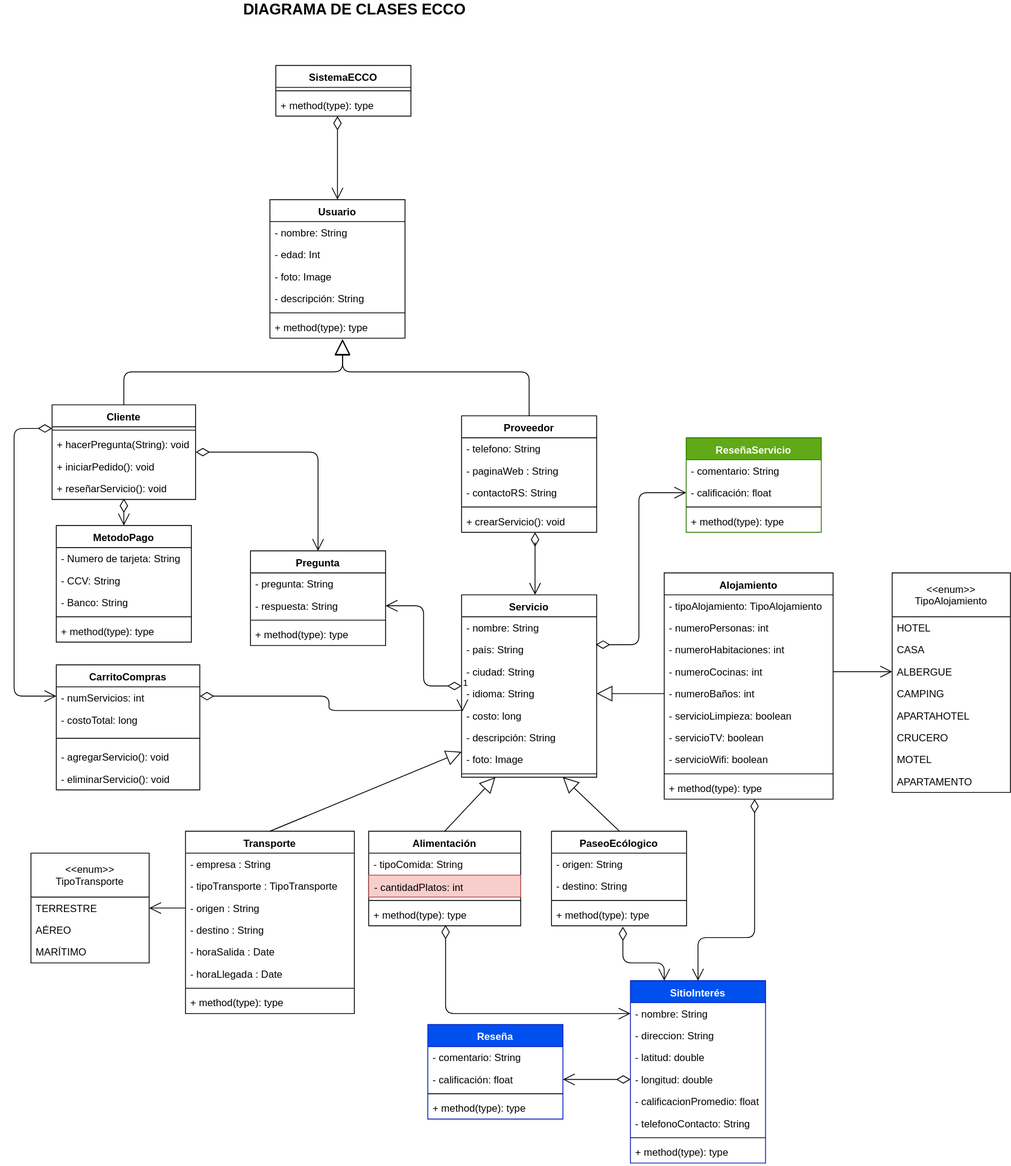
Above: Documentación/Diagrama de clases.svg in webservices1930/ECCO (draw.io), before the change. Source tidied: cells renumbered, new cells last; positions are measured from the earlier drawing's top-left corner, leaving out a move shared by most shapes.
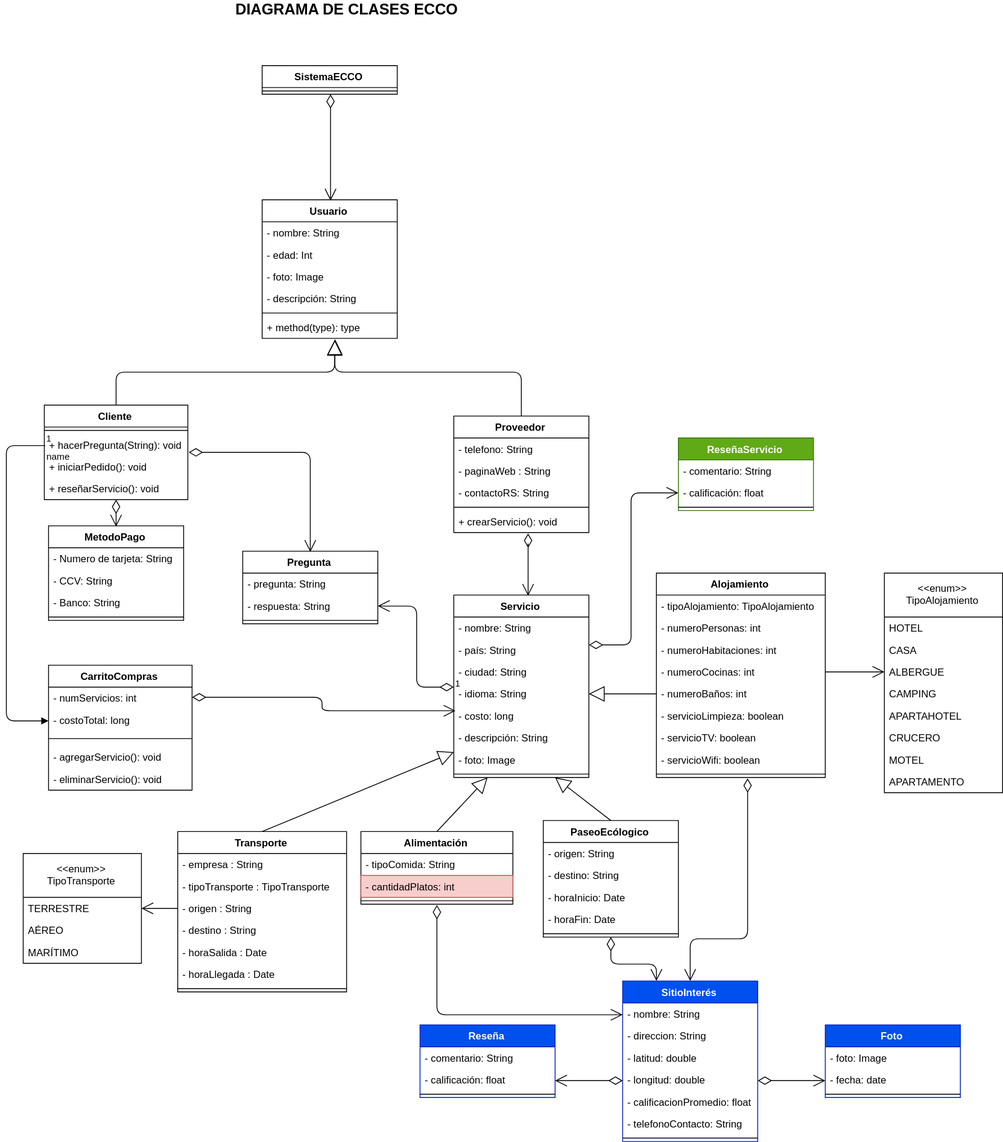
Above is the later version.

Commit message:
Fotos agregadas al diagrama de clases

The edit, as a diff of the source:
```diff
@@ -71,3 +71,3 @@
     <mxCell id="24" value="MetodoPago" style="swimlane;fontStyle=1;align=center;verticalAlign=top;horizontal=1;startSize=26;" parent="1" vertex="1">
-      <mxGeometry x="50" y="622" width="160" height="138" as="geometry" />
+      <mxGeometry x="50" y="622" width="160" height="112" as="geometry" />
     </mxCell>
@@ -85,7 +85,4 @@
     </mxCell>
-    <mxCell id="29" value="+ method(type): type" style="text;strokeColor=none;fillColor=none;align=left;verticalAlign=top;spacingLeft=4;spacingRight=4;overflow=hidden;" parent="24" vertex="1">
-      <mxGeometry y="112" width="160" height="26" as="geometry" />
-    </mxCell>
     <mxCell id="30" value="Transporte" style="swimlane;fontStyle=1;align=center;verticalAlign=top;horizontal=1;startSize=26;" parent="1" vertex="1">
-      <mxGeometry x="203" y="984" width="200" height="216" as="geometry" />
+      <mxGeometry x="203" y="984" width="200" height="190" as="geometry" />
     </mxCell>
@@ -112,7 +109,4 @@
     </mxCell>
-    <mxCell id="38" value="+ method(type): type" style="text;strokeColor=none;fillColor=none;align=left;verticalAlign=top;spacingLeft=4;spacingRight=4;overflow=hidden;" parent="30" vertex="1">
-      <mxGeometry y="190" width="200" height="26" as="geometry" />
-    </mxCell>
     <mxCell id="39" value="Alojamiento" style="swimlane;fontStyle=1;align=center;verticalAlign=top;horizontal=1;startSize=26;" parent="1" vertex="1">
-      <mxGeometry x="770" y="678" width="200" height="268" as="geometry" />
+      <mxGeometry x="770" y="678" width="200" height="242" as="geometry" />
     </mxCell>
@@ -145,7 +139,4 @@
     </mxCell>
-    <mxCell id="49" value="+ method(type): type" style="text;strokeColor=none;fillColor=none;align=left;verticalAlign=top;spacingLeft=4;spacingRight=4;overflow=hidden;points=[[0,0.5],[1,0.5]];portConstraint=eastwest;" parent="39" vertex="1">
-      <mxGeometry y="242" width="200" height="26" as="geometry" />
-    </mxCell>
     <mxCell id="50" value="Alimentación" style="swimlane;fontStyle=1;align=center;verticalAlign=top;horizontal=1;startSize=26;" parent="1" vertex="1">
-      <mxGeometry x="420" y="984" width="180" height="112" as="geometry" />
+      <mxGeometry x="420" y="984" width="180" height="86" as="geometry" />
     </mxCell>
@@ -160,7 +151,4 @@
     </mxCell>
-    <mxCell id="54" value="+ method(type): type" style="text;strokeColor=none;fillColor=none;align=left;verticalAlign=top;spacingLeft=4;spacingRight=4;overflow=hidden;points=[[0,0.5],[1,0.5]];portConstraint=eastwest;" parent="50" vertex="1">
-      <mxGeometry y="86" width="180" height="26" as="geometry" />
-    </mxCell>
     <mxCell id="55" value="PaseoEcólogico" style="swimlane;fontStyle=1;align=center;verticalAlign=top;horizontal=1;startSize=26;" parent="1" vertex="1">
-      <mxGeometry x="636.5" y="984" width="160" height="112" as="geometry" />
+      <mxGeometry x="636" y="971" width="160" height="138" as="geometry" />
     </mxCell>
@@ -172,8 +160,11 @@
     </mxCell>
+    <mxCell id="138" value="- horaInicio: Date" style="text;strokeColor=none;fillColor=none;align=left;verticalAlign=top;spacingLeft=4;spacingRight=4;overflow=hidden;" parent="55" vertex="1">
+      <mxGeometry y="78" width="160" height="26" as="geometry" />
+    </mxCell>
+    <mxCell id="139" value="- horaFin: Date" style="text;strokeColor=none;fillColor=none;align=left;verticalAlign=top;spacingLeft=4;spacingRight=4;overflow=hidden;" parent="55" vertex="1">
+      <mxGeometry y="104" width="160" height="26" as="geometry" />
+    </mxCell>
     <mxCell id="58" style="line;strokeWidth=1;fillColor=none;align=left;verticalAlign=middle;spacingTop=-1;spacingLeft=3;spacingRight=3;labelPosition=right;" parent="55" vertex="1">
-      <mxGeometry y="78" width="160" height="8" as="geometry" />
+      <mxGeometry y="130" width="160" height="8" as="geometry" />
     </mxCell>
-    <mxCell id="59" value="+ method(type): type" style="text;strokeColor=none;fillColor=none;align=left;verticalAlign=top;spacingLeft=4;spacingRight=4;overflow=hidden;points=[[0,0.5],[1,0.5]];portConstraint=eastwest;" parent="55" vertex="1">
-      <mxGeometry y="86" width="160" height="26" as="geometry" />
-    </mxCell>
     <mxCell id="60" style="endArrow=block;endSize=16;endFill=0;html=1;exitX=0.5;exitY=0;exitDx=0;exitDy=0;entryX=0.54;entryY=1.037;entryDx=0;entryDy=0;entryPerimeter=0;" parent="1" edge="1" source="18" target="8">
@@ -202,3 +193,3 @@
     <mxCell id="66" value="Pregunta" style="swimlane;fontStyle=1;align=center;verticalAlign=top;horizontal=1;startSize=26;" parent="1" vertex="1">
-      <mxGeometry x="280" y="652" width="160" height="112" as="geometry" />
+      <mxGeometry x="280" y="652" width="160" height="86" as="geometry" />
     </mxCell>
@@ -213,5 +204,2 @@
     </mxCell>
-    <mxCell id="70" value="+ method(type): type" style="text;strokeColor=none;fillColor=none;align=left;verticalAlign=top;spacingLeft=4;spacingRight=4;overflow=hidden;" parent="66" vertex="1">
-      <mxGeometry y="86" width="160" height="26" as="geometry" />
-    </mxCell>
     <mxCell id="71" value="1" style="endArrow=open;html=1;endSize=12;startArrow=diamondThin;startSize=14;startFill=0;edgeStyle=orthogonalEdgeStyle;align=left;verticalAlign=bottom;exitX=0;exitY=0.5;exitDx=0;exitDy=0;entryX=1;entryY=0.5;entryDx=0;entryDy=0;" parent="1" edge="1" source="9" target="68">
@@ -223,3 +211,3 @@
     <mxCell id="73" value="SistemaECCO" style="swimlane;fontStyle=1;align=center;verticalAlign=top;horizontal=1;startSize=26;" parent="1" vertex="1">
-      <mxGeometry x="310" y="77" width="160" height="60" as="geometry" />
+      <mxGeometry x="303" y="77" width="160" height="34" as="geometry" />
     </mxCell>
@@ -228,5 +216,2 @@
     </mxCell>
-    <mxCell id="75" value="+ method(type): type" style="text;strokeColor=none;fillColor=none;align=left;verticalAlign=top;spacingLeft=4;spacingRight=4;overflow=hidden;points=[[0,0.5],[1,0.5]];portConstraint=eastwest;" parent="73" vertex="1">
-      <mxGeometry y="34" width="160" height="26" as="geometry" />
-    </mxCell>
     <mxCell id="76" style="endArrow=open;html=1;endSize=12;startArrow=diamondThin;startSize=14;startFill=0;edgeStyle=orthogonalEdgeStyle;align=left;verticalAlign=bottom;exitX=0.546;exitY=1.019;exitDx=0;exitDy=0;exitPerimeter=0;" parent="1" edge="1" source="23">
@@ -280,3 +265,3 @@
     <mxCell id="90" value="SitioInterés" style="swimlane;fontStyle=1;align=center;verticalAlign=top;horizontal=1;startSize=26;fillColor=#0050ef;strokeColor=#001DBC;fontColor=#ffffff;" parent="1" vertex="1">
-      <mxGeometry x="730" y="1161" width="160" height="216" as="geometry" />
+      <mxGeometry x="730" y="1161" width="160" height="190" as="geometry" />
     </mxCell>
@@ -303,7 +288,4 @@
     </mxCell>
-    <mxCell id="98" value="+ method(type): type" style="text;strokeColor=none;fillColor=none;align=left;verticalAlign=top;spacingLeft=4;spacingRight=4;overflow=hidden;" parent="90" vertex="1">
-      <mxGeometry y="190" width="160" height="26" as="geometry" />
-    </mxCell>
     <mxCell id="99" value="Reseña" style="swimlane;fontStyle=1;align=center;verticalAlign=top;horizontal=1;startSize=26;fillColor=#0050ef;strokeColor=#001DBC;fontColor=#ffffff;" parent="1" vertex="1">
-      <mxGeometry x="490" y="1213" width="160" height="112" as="geometry" />
+      <mxGeometry x="490" y="1213" width="160" height="86" as="geometry" />
     </mxCell>
@@ -318,5 +300,2 @@
     </mxCell>
-    <mxCell id="103" value="+ method(type): type" style="text;strokeColor=none;fillColor=none;align=left;verticalAlign=top;spacingLeft=4;spacingRight=4;overflow=hidden;" parent="99" vertex="1">
-      <mxGeometry y="86" width="160" height="26" as="geometry" />
-    </mxCell>
     <mxCell id="104" style="endArrow=open;html=1;endSize=12;startArrow=diamondThin;startSize=14;startFill=0;edgeStyle=orthogonalEdgeStyle;align=left;verticalAlign=bottom;exitX=0;exitY=0.5;exitDx=0;exitDy=0;entryX=1;entryY=0.5;entryDx=0;entryDy=0;" parent="1" edge="1" source="94" target="101">
@@ -342,6 +321,6 @@
     </mxCell>
-    <mxCell id="111" style="endArrow=open;html=1;endSize=12;startArrow=diamondThin;startSize=14;startFill=0;edgeStyle=orthogonalEdgeStyle;align=left;verticalAlign=bottom;entryX=0.25;entryY=0;entryDx=0;entryDy=0;exitX=0.526;exitY=1.023;exitDx=0;exitDy=0;exitPerimeter=0;" parent="1" edge="1" source="59" target="90">
+    <mxCell id="111" style="endArrow=open;html=1;endSize=12;startArrow=diamondThin;startSize=14;startFill=0;edgeStyle=orthogonalEdgeStyle;align=left;verticalAlign=bottom;entryX=0.25;entryY=0;entryDx=0;entryDy=0;exitX=0.5;exitY=1;exitDx=0;exitDy=0;" parent="1" edge="1" source="55" target="90">
       <mxGeometry x="-1" y="3" relative="1" as="geometry">
         <Array as="points">
-          <mxPoint x="721" y="1140" />
+          <mxPoint x="716" y="1140" />
           <mxPoint x="770" y="1140" />
@@ -350,6 +329,7 @@
     </mxCell>
-    <mxCell id="112" style="endArrow=open;html=1;endSize=12;startArrow=diamondThin;startSize=14;startFill=0;edgeStyle=orthogonalEdgeStyle;align=left;verticalAlign=bottom;entryX=0.5;entryY=0;entryDx=0;entryDy=0;" parent="1" edge="1" source="49" target="90">
+    <mxCell id="112" style="endArrow=open;html=1;endSize=12;startArrow=diamondThin;startSize=14;startFill=0;edgeStyle=orthogonalEdgeStyle;align=left;verticalAlign=bottom;entryX=0.5;entryY=0;entryDx=0;entryDy=0;" parent="1" edge="1" target="90">
       <mxGeometry x="-1" y="3" relative="1" as="geometry">
+        <mxPoint x="878" y="920" as="sourcePoint" />
         <Array as="points">
-          <mxPoint x="877" y="1110" />
+          <mxPoint x="878" y="1110" />
           <mxPoint x="810" y="1110" />
@@ -358,3 +338,3 @@
     </mxCell>
-    <mxCell id="113" style="endArrow=open;html=1;endSize=12;startArrow=diamondThin;startSize=14;startFill=0;edgeStyle=orthogonalEdgeStyle;entryX=0.5;entryY=0;entryDx=0;entryDy=0;exitX=0.456;exitY=1.005;exitDx=0;exitDy=0;exitPerimeter=0;" parent="1" edge="1" source="75" target="2">
+    <mxCell id="113" style="endArrow=open;html=1;endSize=12;startArrow=diamondThin;startSize=14;startFill=0;edgeStyle=orthogonalEdgeStyle;entryX=0.5;entryY=0;entryDx=0;entryDy=0;exitX=0.5;exitY=1;exitDx=0;exitDy=0;" parent="1" edge="1" source="73" target="2">
       <mxGeometry relative="1" as="geometry" />
@@ -367,6 +347,6 @@
     </mxCell>
-    <mxCell id="116" style="endArrow=open;html=1;endSize=12;startArrow=diamondThin;startSize=14;startFill=0;edgeStyle=orthogonalEdgeStyle;align=left;verticalAlign=bottom;exitX=0.504;exitY=0.962;exitDx=0;exitDy=0;exitPerimeter=0;entryX=0;entryY=0.5;entryDx=0;entryDy=0;" parent="1" edge="1" source="54" target="91">
+    <mxCell id="116" style="endArrow=open;html=1;endSize=12;startArrow=diamondThin;startSize=14;startFill=0;edgeStyle=orthogonalEdgeStyle;align=left;verticalAlign=bottom;exitX=0.5;exitY=1;exitDx=0;exitDy=0;entryX=0;entryY=0.5;entryDx=0;entryDy=0;" parent="1" edge="1" source="50" target="91">
       <mxGeometry x="-1" y="3" relative="1" as="geometry">
         <Array as="points">
-          <mxPoint x="511" y="1200" />
+          <mxPoint x="510" y="1200" />
         </Array>
@@ -410,10 +390,2 @@
     </mxCell>
-    <mxCell id="125" style="endArrow=open;html=1;endSize=12;startArrow=diamondThin;startSize=14;startFill=0;edgeStyle=orthogonalEdgeStyle;align=left;verticalAlign=bottom;exitX=0;exitY=0.25;exitDx=0;exitDy=0;entryX=0;entryY=0.25;entryDx=0;entryDy=0;" parent="1" edge="1" source="61" target="118">
-      <mxGeometry x="-1" y="3" relative="1" as="geometry">
-        <Array as="points">
-          <mxPoint y="507" />
-          <mxPoint y="824" />
-        </Array>
-      </mxGeometry>
-    </mxCell>
     <mxCell id="126" style="endArrow=open;html=1;endSize=12;startArrow=diamondThin;startSize=14;startFill=0;edgeStyle=orthogonalEdgeStyle;entryX=0.5;entryY=0;entryDx=0;entryDy=0;" parent="1" edge="1" target="24">
@@ -434,3 +406,3 @@
     <mxCell id="129" value="ReseñaServicio" style="swimlane;fontStyle=1;align=center;verticalAlign=top;horizontal=1;startSize=26;fillColor=#60a917;strokeColor=#2D7600;fontColor=#ffffff;" parent="1" vertex="1">
-      <mxGeometry x="796" y="518" width="160" height="112" as="geometry" />
+      <mxGeometry x="796" y="518" width="160" height="86" as="geometry" />
     </mxCell>
@@ -445,5 +417,2 @@
     </mxCell>
-    <mxCell id="133" value="+ method(type): type" style="text;strokeColor=none;fillColor=none;align=left;verticalAlign=top;spacingLeft=4;spacingRight=4;overflow=hidden;" parent="129" vertex="1">
-      <mxGeometry y="86" width="160" height="26" as="geometry" />
-    </mxCell>
     <mxCell id="134" style="endArrow=open;html=1;endSize=12;startArrow=diamondThin;startSize=14;startFill=0;edgeStyle=orthogonalEdgeStyle;exitX=0.996;exitY=0.269;exitDx=0;exitDy=0;exitPerimeter=0;entryX=0;entryY=0.5;entryDx=0;entryDy=0;" parent="1" edge="1" source="11" target="131">
@@ -465,2 +434,28 @@
     </mxCell>
+    <mxCell id="140" value="name" style="endArrow=block;endFill=1;html=1;edgeStyle=orthogonalEdgeStyle;align=left;verticalAlign=top;exitX=0;exitY=0.5;exitDx=0;exitDy=0;entryX=0;entryY=0.5;entryDx=0;entryDy=0;" parent="1" edge="1" source="63" target="120">
+      <mxGeometry x="-1" relative="1" as="geometry">
+        <Array as="points">
+          <mxPoint y="526" />
+          <mxPoint y="852" />
+        </Array>
+      </mxGeometry>
+    </mxCell>
+    <mxCell id="141" value="1" style="html=1;align=left;verticalAlign=bottom;labelBackgroundColor=#ffffff;fontSize=10;" parent="140" vertex="1">
+      <mxGeometry x="-1" relative="1" as="geometry" />
+    </mxCell>
+    <mxCell id="142" value="Foto" style="swimlane;fontStyle=1;align=center;verticalAlign=top;horizontal=1;startSize=26;fillColor=#0050ef;strokeColor=#001DBC;fontColor=#ffffff;" parent="1" vertex="1">
+      <mxGeometry x="970" y="1213" width="160" height="86" as="geometry" />
+    </mxCell>
+    <mxCell id="143" value="- foto: Image" style="text;strokeColor=none;fillColor=none;align=left;verticalAlign=top;spacingLeft=4;spacingRight=4;overflow=hidden;" parent="142" vertex="1">
+      <mxGeometry y="26" width="160" height="26" as="geometry" />
+    </mxCell>
+    <mxCell id="144" value="- fecha: date" style="text;strokeColor=none;fillColor=none;align=left;verticalAlign=top;spacingLeft=4;spacingRight=4;overflow=hidden;points=[[0,0.5],[1,0.5]];portConstraint=eastwest;" parent="142" vertex="1">
+      <mxGeometry y="52" width="160" height="26" as="geometry" />
+    </mxCell>
+    <mxCell id="145" style="line;strokeWidth=1;fillColor=none;align=left;verticalAlign=middle;spacingTop=-1;spacingLeft=3;spacingRight=3;labelPosition=right;" parent="142" vertex="1">
+      <mxGeometry y="78" width="160" height="8" as="geometry" />
+    </mxCell>
+    <mxCell id="146" style="endArrow=open;html=1;endSize=12;startArrow=diamondThin;startSize=14;startFill=0;edgeStyle=orthogonalEdgeStyle;align=left;verticalAlign=bottom;exitX=1;exitY=0.5;exitDx=0;exitDy=0;entryX=0;entryY=0.5;entryDx=0;entryDy=0;" parent="1" edge="1" source="94" target="144">
+      <mxGeometry x="-1" y="3" relative="1" as="geometry" />
+    </mxCell>
   </root>
```
